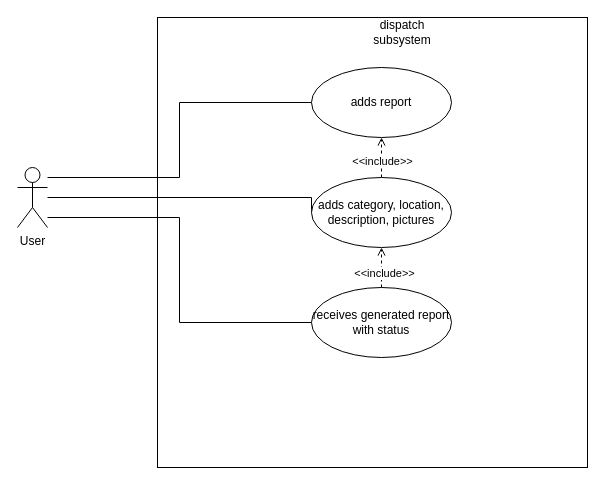
This is updated usecases/dispatch.drawio from Kari19/D1, a draw.io file, before an edit. Source tidied: cells renumbered, new cells numbered last; positions are measured from the earlier drawing's top-left corner, leaving out a move shared by most shapes. Both pictures are drawn from the tidied source at 100%, with x=0, y=0 at pixel (17, 17).
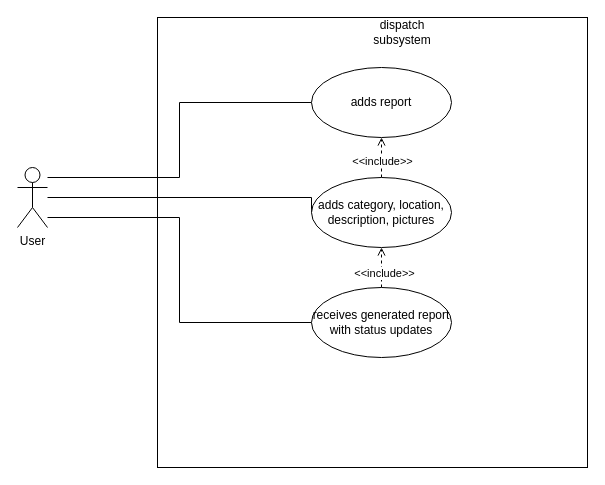
The same page after the edit.

The edit, as a diff of the source:
```diff
@@
 <mxGraphModel>
   <root>
     <mxCell id="0" />
     <mxCell id="1" parent="0" />
     <mxCell id="2" style="rounded=0;whiteSpace=wrap;html=1;" parent="1" vertex="1">
       <mxGeometry x="140" width="430" height="450" as="geometry" />
     </mxCell>
     <mxCell id="3" style="edgeStyle=orthogonalEdgeStyle;rounded=0;jettySize=auto;html=1;endArrow=none;startFill=0;entryX=0;entryY=0.5;entryDx=0;entryDy=0;" parent="1" edge="1" source="6" target="11">
       <mxGeometry relative="1" as="geometry">
         <Array as="points">
           <mxPoint x="294" y="180" />
         </Array>
       </mxGeometry>
     </mxCell>
     <mxCell id="4" style="edgeStyle=orthogonalEdgeStyle;rounded=0;jettySize=auto;html=1;entryX=0;entryY=0.5;entryDx=0;entryDy=0;endArrow=none;startFill=0;" parent="1" edge="1" source="6" target="8">
       <mxGeometry relative="1" as="geometry">
         <Array as="points">
           <mxPoint x="162" y="160" />
           <mxPoint x="162" y="85" />
         </Array>
       </mxGeometry>
     </mxCell>
     <mxCell id="5" style="edgeStyle=orthogonalEdgeStyle;rounded=0;jettySize=auto;html=1;endArrow=none;startFill=0;entryX=0;entryY=0.5;entryDx=0;entryDy=0;" parent="1" edge="1" source="6" target="14">
       <mxGeometry relative="1" as="geometry">
         <Array as="points">
           <mxPoint x="162" y="200" />
           <mxPoint x="162" y="305" />
         </Array>
       </mxGeometry>
     </mxCell>
     <mxCell id="6" value="User" style="shape=umlActor;verticalLabelPosition=bottom;verticalAlign=top;html=1;outlineConnect=0;" parent="1" vertex="1">
       <mxGeometry y="150" width="30" height="60" as="geometry" />
     </mxCell>
     <mxCell id="7" value="dispatch subsystem" style="text;html=1;align=center;verticalAlign=middle;whiteSpace=wrap;rounded=0;" parent="1" vertex="1">
       <mxGeometry x="355" width="60" height="30" as="geometry" />
     </mxCell>
     <mxCell id="8" value="adds report" style="ellipse;whiteSpace=wrap;html=1;" parent="1" vertex="1">
       <mxGeometry x="294" y="50" width="140" height="70" as="geometry" />
     </mxCell>
     <mxCell id="9" style="edgeStyle=orthogonalEdgeStyle;rounded=0;jettySize=auto;html=1;dashed=1;endArrow=open;endFill=0;" parent="1" edge="1" source="11" target="8">
       <mxGeometry relative="1" as="geometry" />
     </mxCell>
     <mxCell id="10" value="&amp;lt;&amp;lt;include&amp;gt;&amp;gt;" style="edgeLabel;html=1;align=center;verticalAlign=middle;" parent="9" vertex="1">
       <mxGeometry x="-0.16" relative="1" as="geometry" />
     </mxCell>
     <mxCell id="11" value="adds category, location, description, pictures" style="ellipse;whiteSpace=wrap;html=1;" parent="1" vertex="1">
       <mxGeometry x="294" y="160" width="140" height="70" as="geometry" />
     </mxCell>
     <mxCell id="12" style="edgeStyle=orthogonalEdgeStyle;rounded=0;jettySize=auto;html=1;endArrow=open;endFill=0;dashed=1;" parent="1" edge="1" source="14" target="11">
       <mxGeometry relative="1" as="geometry" />
     </mxCell>
     <mxCell id="13" value="&amp;lt;&amp;lt;include&amp;gt;&amp;gt;" style="edgeLabel;html=1;align=center;verticalAlign=middle;" parent="12" vertex="1">
       <mxGeometry x="-0.25" y="-2" relative="1" as="geometry" />
     </mxCell>
-    <mxCell id="14" value="receives generated report with status" style="ellipse;whiteSpace=wrap;html=1;" parent="1" vertex="1">
+    <mxCell id="14" value="receives generated report with status updates" style="ellipse;whiteSpace=wrap;html=1;" parent="1" vertex="1">
       <mxGeometry x="294" y="270" width="140" height="70" as="geometry" />
     </mxCell>
   </root>
 </mxGraphModel>
```
